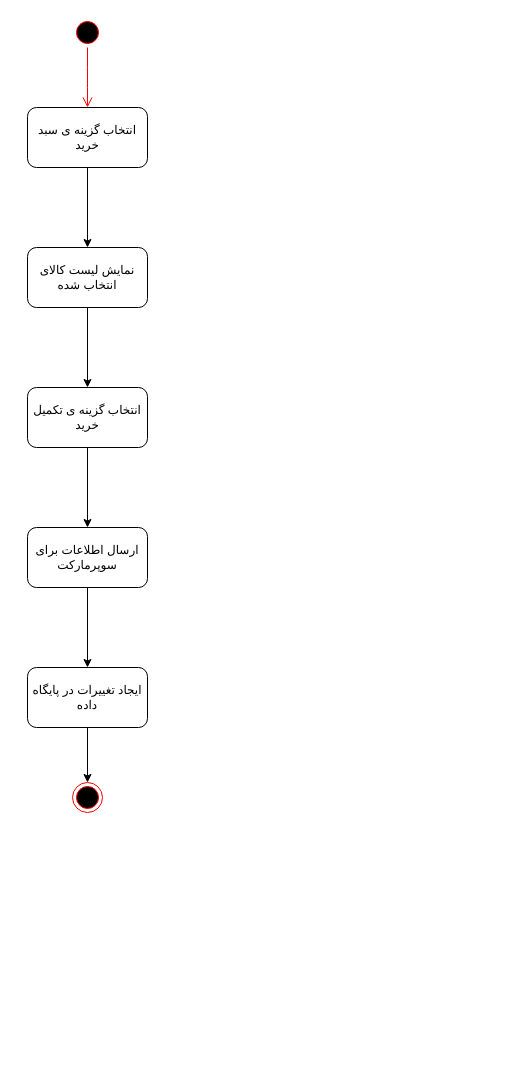
This is Purchase Completion Activity Diagram.drawio from marketplus95/marketplus95, a draw.io file, before an edit. Source tidied: cells renumbered, new cells numbered last; positions are measured from the earlier drawing's top-left corner, leaving out a move shared by most shapes. Both pictures are drawn from the tidied source at 100%, with x=0, y=0 at pixel (27, 17).
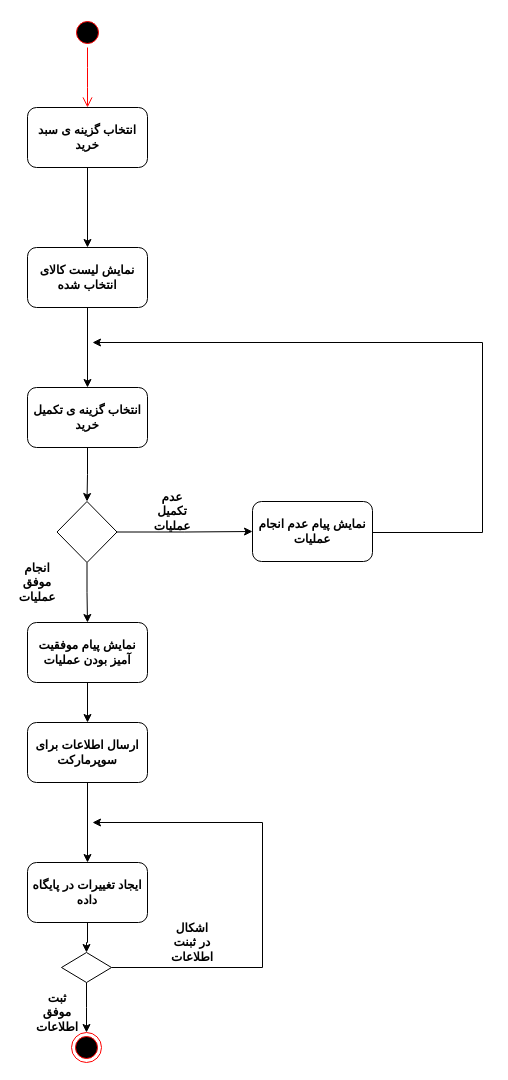
After the change.

What changed in the source:
```diff
@@
-    <mxCell id="5" value="انتخاب گزینه ی سبد خرید" style="rounded=1;whiteSpace=wrap;html=1;" parent="1" vertex="1">
+    <mxCell id="5" value="&lt;b&gt;انتخاب گزینه ی سبد خرید&lt;/b&gt;" style="rounded=1;whiteSpace=wrap;html=1;" parent="1" vertex="1">
       <mxGeometry y="90" width="120" height="60" as="geometry" />
     </mxCell>
@@
-    <mxCell id="7" value="نمایش لیست کالای انتخاب شده" style="rounded=1;whiteSpace=wrap;html=1;" parent="1" vertex="1">
+    <mxCell id="7" value="&lt;b&gt;نمایش لیست کالای انتخاب شده&lt;/b&gt;" style="rounded=1;whiteSpace=wrap;html=1;" parent="1" vertex="1">
       <mxGeometry y="230" width="120" height="60" as="geometry" />
     </mxCell>
-    <mxCell id="8" style="edgeStyle=orthogonalEdgeStyle;rounded=0;jettySize=auto;html=1;" parent="1" edge="1" source="9" target="11">
-      <mxGeometry relative="1" as="geometry" />
-    </mxCell>
+    <mxCell id="15" style="edgeStyle=orthogonalEdgeStyle;rounded=0;jettySize=auto;html=1;entryX=0.5;entryY=0;entryDx=0;entryDy=0;" parent="1" edge="1" source="9" target="19">
+      <mxGeometry relative="1" as="geometry" />
+    </mxCell>
-    <mxCell id="9" value="انتخاب گزینه ی تکمیل خرید" style="rounded=1;whiteSpace=wrap;html=1;" parent="1" vertex="1">
+    <mxCell id="9" value="&lt;b&gt;انتخاب گزینه ی تکمیل خرید&lt;/b&gt;" style="rounded=1;whiteSpace=wrap;html=1;" parent="1" vertex="1">
       <mxGeometry y="370" width="120" height="60" as="geometry" />
     </mxCell>
@@
-    <mxCell id="11" value="ارسال اطلاعات برای سوپرمارکت" style="rounded=1;whiteSpace=wrap;html=1;" parent="1" vertex="1">
-      <mxGeometry y="510" width="120" height="60" as="geometry" />
+    <mxCell id="11" value="&lt;b&gt;ارسال اطلاعات برای سوپرمارکت&lt;/b&gt;" style="rounded=1;whiteSpace=wrap;html=1;" parent="1" vertex="1">
+      <mxGeometry y="705" width="120" height="60" as="geometry" />
     </mxCell>
-    <mxCell id="12" style="edgeStyle=orthogonalEdgeStyle;rounded=0;jettySize=auto;html=1;exitX=0.5;exitY=1;exitDx=0;exitDy=0;" parent="1" edge="1" source="13" target="14">
-      <mxGeometry relative="1" as="geometry" />
-    </mxCell>
+    <mxCell id="16" style="edgeStyle=orthogonalEdgeStyle;rounded=0;jettySize=auto;html=1;entryX=0.5;entryY=0;entryDx=0;entryDy=0;" parent="1" edge="1" source="13" target="26">
+      <mxGeometry relative="1" as="geometry" />
+    </mxCell>
-    <mxCell id="13" value="ایجاد تغییرات در پایگاه داده" style="rounded=1;whiteSpace=wrap;html=1;" parent="1" vertex="1">
-      <mxGeometry y="650" width="120" height="60" as="geometry" />
+    <mxCell id="13" value="&lt;b&gt;ایجاد تغییرات در پایگاه داده&lt;/b&gt;" style="rounded=1;whiteSpace=wrap;html=1;" parent="1" vertex="1">
+      <mxGeometry y="845" width="120" height="60" as="geometry" />
     </mxCell>
     <mxCell id="14" style="ellipse;html=1;shape=endState;fillColor=#000000;strokeColor=#ff0000;" parent="1" vertex="1">
-      <mxGeometry x="45" y="765" width="30" height="30" as="geometry" />
+      <mxGeometry x="44" y="1015" width="30" height="30" as="geometry" />
     </mxCell>
+    <mxCell id="17" style="edgeStyle=orthogonalEdgeStyle;rounded=0;jettySize=auto;html=1;entryX=0;entryY=0.5;entryDx=0;entryDy=0;" parent="1" edge="1" source="19" target="21">
+      <mxGeometry relative="1" as="geometry" />
+    </mxCell>
+    <mxCell id="18" style="edgeStyle=orthogonalEdgeStyle;rounded=0;jettySize=auto;html=1;entryX=0.5;entryY=0;entryDx=0;entryDy=0;" parent="1" edge="1" source="19" target="23">
+      <mxGeometry relative="1" as="geometry" />
+    </mxCell>
+    <mxCell id="19" style="rhombus;whiteSpace=wrap;html=1;" parent="1" vertex="1">
+      <mxGeometry x="29.5" y="484" width="60" height="61" as="geometry" />
+    </mxCell>
+    <mxCell id="20" style="edgeStyle=orthogonalEdgeStyle;rounded=0;jettySize=auto;html=1;" parent="1" edge="1" source="21">
+      <mxGeometry relative="1" as="geometry">
+        <mxPoint x="65" y="325" as="targetPoint" />
+        <Array as="points">
+          <mxPoint x="455" y="515" />
+          <mxPoint x="455" y="325" />
+        </Array>
+      </mxGeometry>
+    </mxCell>
+    <mxCell id="21" value="&lt;b&gt;نمایش پیام عدم انجام عملیات&lt;/b&gt;" style="rounded=1;whiteSpace=wrap;html=1;" parent="1" vertex="1">
+      <mxGeometry x="225" y="484" width="120" height="60" as="geometry" />
+    </mxCell>
+    <mxCell id="22" style="edgeStyle=orthogonalEdgeStyle;rounded=0;jettySize=auto;html=1;" parent="1" edge="1" source="23" target="11">
+      <mxGeometry relative="1" as="geometry" />
+    </mxCell>
+    <mxCell id="23" value="&lt;b&gt;نمایش پیام موفقیت آمیز بودن عملیات&lt;/b&gt;" style="rounded=1;whiteSpace=wrap;html=1;" parent="1" vertex="1">
+      <mxGeometry y="605" width="120" height="60" as="geometry" />
+    </mxCell>
+    <mxCell id="24" style="edgeStyle=orthogonalEdgeStyle;rounded=0;jettySize=auto;html=1;" parent="1" edge="1" source="26">
+      <mxGeometry relative="1" as="geometry">
+        <mxPoint x="59" y="1015" as="targetPoint" />
+      </mxGeometry>
+    </mxCell>
+    <mxCell id="25" style="edgeStyle=orthogonalEdgeStyle;rounded=0;jettySize=auto;html=1;" parent="1" edge="1" source="26">
+      <mxGeometry relative="1" as="geometry">
+        <mxPoint x="65" y="805" as="targetPoint" />
+        <Array as="points">
+          <mxPoint x="235" y="950" />
+          <mxPoint x="235" y="805" />
+        </Array>
+      </mxGeometry>
+    </mxCell>
+    <mxCell id="26" style="rhombus;whiteSpace=wrap;html=1;" parent="1" vertex="1">
+      <mxGeometry x="34" y="935" width="50" height="30" as="geometry" />
+    </mxCell>
+    <mxCell id="27" value="&lt;b&gt;اشکال در ثبنت اطلاعات&lt;/b&gt;" style="text;html=1;strokeColor=none;fillColor=none;align=center;verticalAlign=middle;whiteSpace=wrap;rounded=0;" parent="1" vertex="1">
+      <mxGeometry x="145" y="915" width="40" height="20" as="geometry" />
+    </mxCell>
+    <mxCell id="28" value="&lt;b&gt;ثبت موفق اطلاعات&lt;/b&gt;" style="text;html=1;strokeColor=none;fillColor=none;align=center;verticalAlign=middle;whiteSpace=wrap;rounded=0;" parent="1" vertex="1">
+      <mxGeometry x="9.5" y="985" width="40" height="20" as="geometry" />
+    </mxCell>
+    <mxCell id="29" value="&lt;b&gt;انجام موفق عملیات&lt;/b&gt;" style="text;html=1;strokeColor=none;fillColor=none;align=center;verticalAlign=middle;whiteSpace=wrap;rounded=0;" parent="1" vertex="1">
+      <mxGeometry x="-10.5" y="555" width="40" height="20" as="geometry" />
+    </mxCell>
+    <mxCell id="30" value="&lt;b&gt;عدم تکمیل عملیات&lt;/b&gt;" style="text;html=1;strokeColor=none;fillColor=none;align=center;verticalAlign=middle;whiteSpace=wrap;rounded=0;" parent="1" vertex="1">
+      <mxGeometry x="125" y="484" width="40" height="20" as="geometry" />
+    </mxCell>
```
